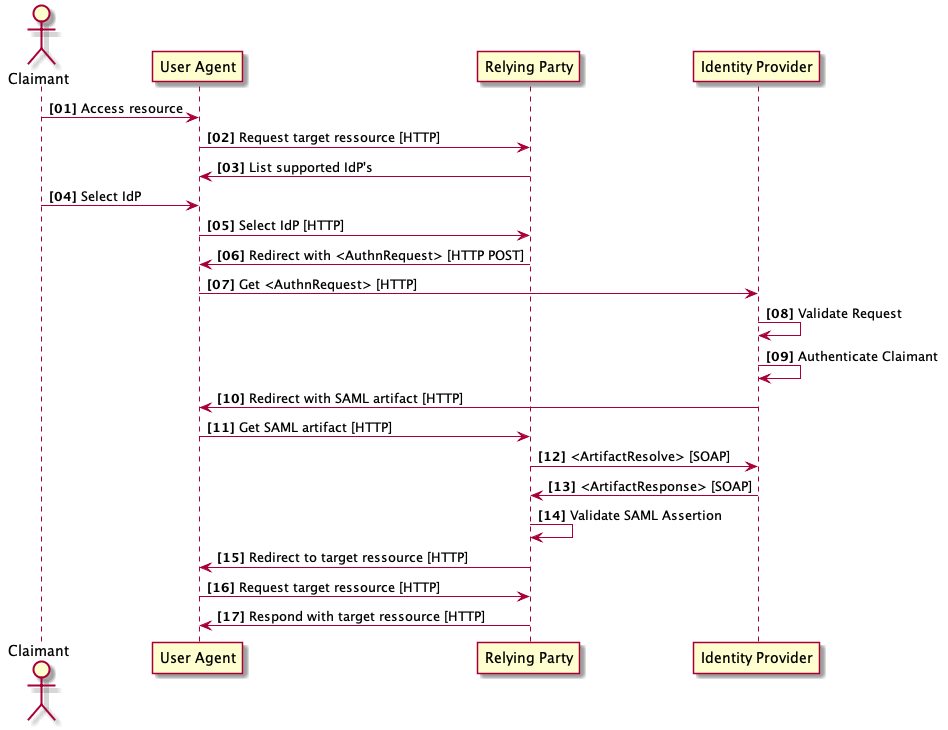
Above: media/SAML-Artifact-flow.png in ehealthsuisse/EPR-by-example (PlantUML), before the change.
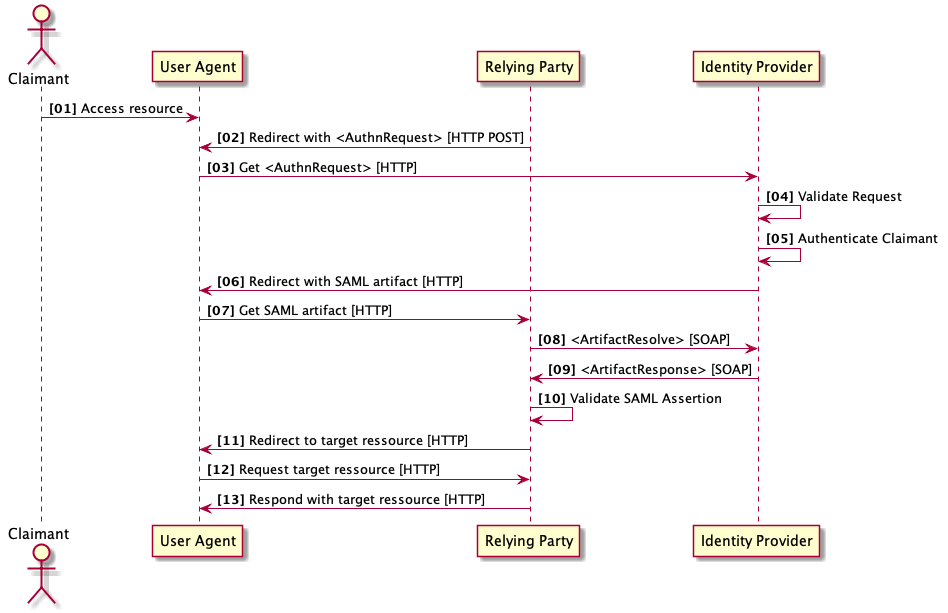
The same file after the commit.

The edit, as a diff of the source:
```diff
@@ -8,11 +8,6 @@
 autonumber 1 1 "<b>[00]"
 
 Claimant -> UserAgent: Access resource
-UserAgent -> RP: Request target ressource [HTTP]
-
-RP -> UserAgent: List supported IdP's
-Claimant -> UserAgent: Select IdP
-UserAgent -> RP: Select IdP [HTTP]
 
 RP -> UserAgent: Redirect with <AuthnRequest> [HTTP POST]
 
```
